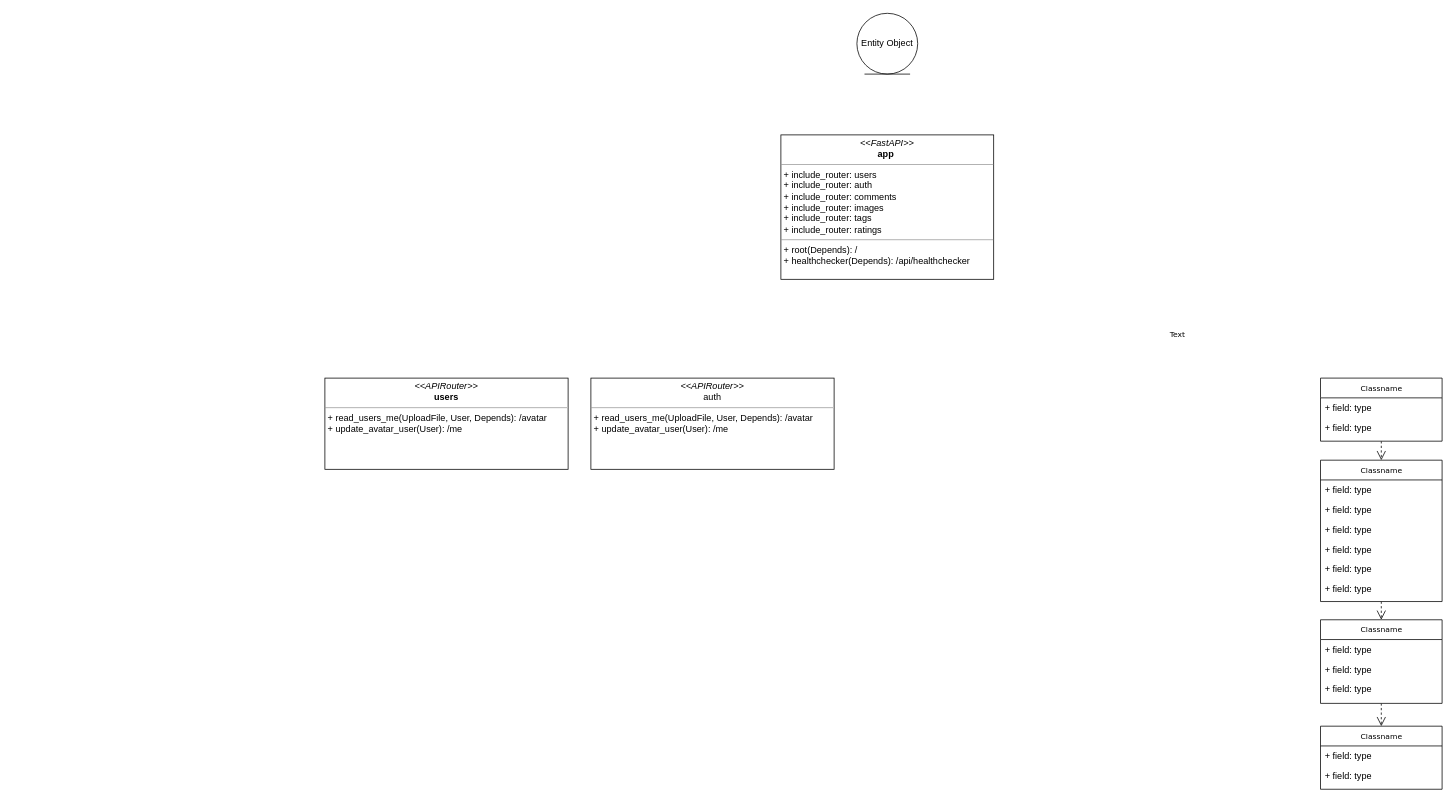
Earlier version of the draw.io diagram Діаграма без назви.drawio (last-war/last-war). Source tidied: cells renumbered, new cells numbered last; positions are measured from the earlier drawing's top-left corner, leaving out a move shared by most shapes. Both pictures are drawn from the tidied source at 76%, with x=0, y=0 at pixel (325, 13).
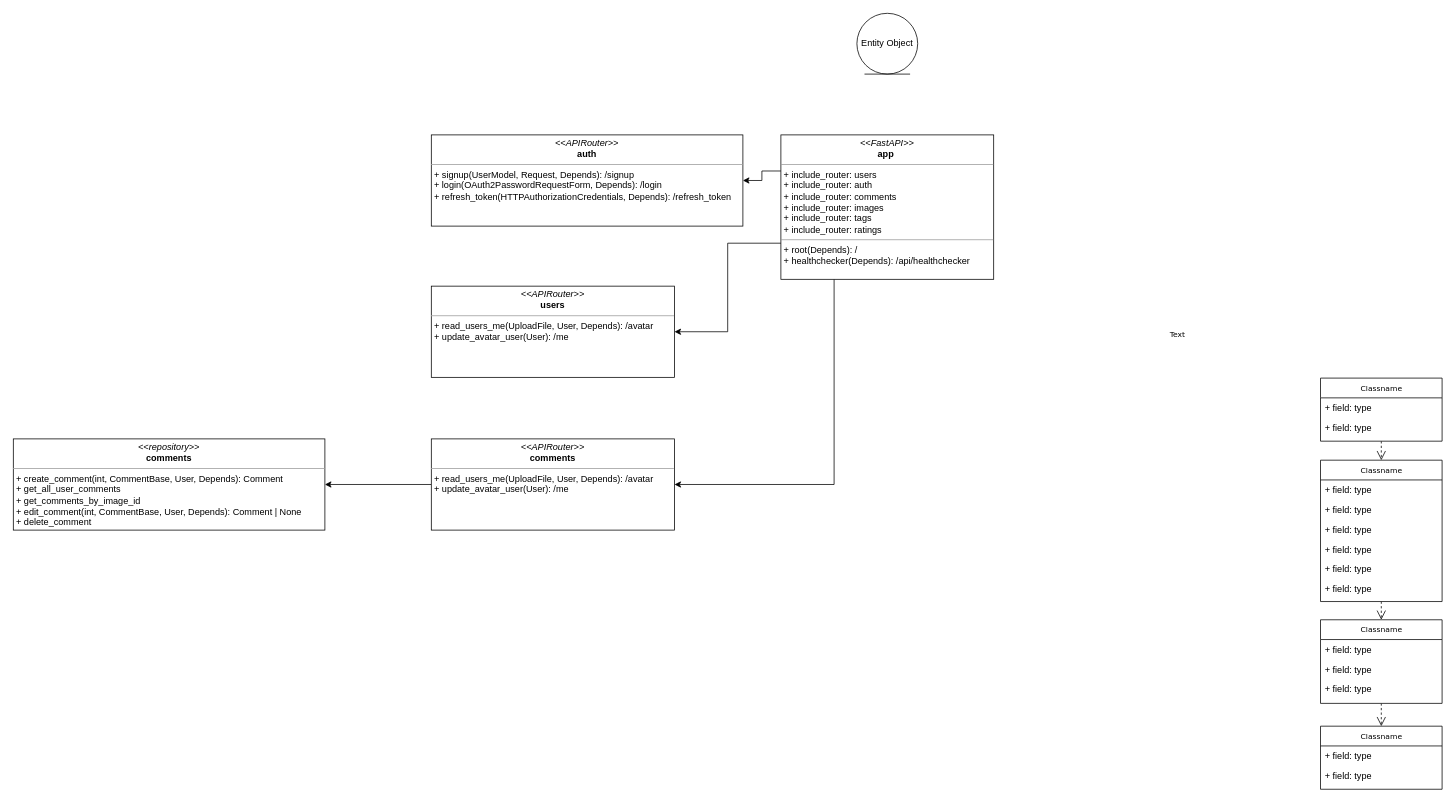
The same diagram, later.

Unchanged cells that the change refers to:
```xml
<mxCell id="23" value="&lt;p style=&quot;margin:0px;margin-top:4px;text-align:center;&quot;&gt;&lt;i&gt;&amp;lt;&amp;lt;FastAPI&amp;gt;&amp;gt;&lt;/i&gt;&lt;br&gt;&lt;b&gt;app&amp;nbsp;&lt;/b&gt;&lt;br&gt;&lt;/p&gt;&lt;hr size=&quot;1&quot;&gt;&lt;p style=&quot;margin:0px;margin-left:4px;&quot;&gt;+ include_router: users&lt;br&gt;+ include_router: auth&lt;/p&gt;&lt;p style=&quot;margin:0px;margin-left:4px;&quot;&gt;+ include_router: comments&lt;br&gt;&lt;/p&gt;&lt;p style=&quot;margin:0px;margin-left:4px;&quot;&gt;+ include_router: images&lt;br&gt;&lt;/p&gt;&lt;p style=&quot;margin:0px;margin-left:4px;&quot;&gt;+ include_router: tags&lt;br&gt;&lt;/p&gt;&lt;p style=&quot;margin:0px;margin-left:4px;&quot;&gt;+ include_router:&amp;nbsp;ratings&lt;br&gt;&lt;/p&gt;&lt;hr size=&quot;1&quot;&gt;&lt;p style=&quot;margin:0px;margin-left:4px;&quot;&gt;+ root(Depends): /&lt;br&gt;+ healthchecker(Depends): /api/healthchecker&lt;/p&gt;" style="verticalAlign=top;align=left;overflow=fill;fontSize=12;fontFamily=Helvetica;html=1;rounded=0;shadow=0;comic=0;labelBackgroundColor=none;strokeWidth=1;" parent="1" vertex="1">
  <mxGeometry x="600" y="160" width="280" height="190" as="geometry" />
</mxCell>
```

The edit, as a diff of the source:
```diff
@@
+    <mxCell id="27" style="edgeStyle=orthogonalEdgeStyle;rounded=0;jettySize=auto;html=1;exitX=0.25;exitY=1;exitDx=0;exitDy=0;entryX=1;entryY=0.5;entryDx=0;entryDy=0;" parent="1" edge="1" source="23" target="31">
+      <mxGeometry relative="1" as="geometry" />
+    </mxCell>
+    <mxCell id="28" style="edgeStyle=orthogonalEdgeStyle;rounded=0;jettySize=auto;html=1;exitX=0;exitY=0.75;exitDx=0;exitDy=0;entryX=1;entryY=0.5;entryDx=0;entryDy=0;" parent="1" edge="1" source="23" target="24">
+      <mxGeometry relative="1" as="geometry" />
+    </mxCell>
+    <mxCell id="29" style="edgeStyle=orthogonalEdgeStyle;rounded=0;jettySize=auto;html=1;exitX=0;exitY=0.25;exitDx=0;exitDy=0;" parent="1" edge="1" source="23" target="26">
+      <mxGeometry relative="1" as="geometry" />
+    </mxCell>
@@
     <mxCell id="24" value="&lt;p style=&quot;margin:0px;margin-top:4px;text-align:center;&quot;&gt;&lt;i&gt;&amp;lt;&amp;lt;APIRouter&amp;gt;&amp;gt;&lt;/i&gt;&lt;br&gt;&lt;b&gt;users&lt;/b&gt;&lt;/p&gt;&lt;hr size=&quot;1&quot;&gt;&lt;p style=&quot;margin:0px;margin-left:4px;&quot;&gt;&lt;/p&gt;&lt;p style=&quot;margin:0px;margin-left:4px;&quot;&gt;+ read_users_me(UploadFile, User, Depends): /avatar&lt;br&gt;+ update_avatar_user(User): /me&lt;/p&gt;" style="verticalAlign=top;align=left;overflow=fill;fontSize=12;fontFamily=Helvetica;html=1;rounded=0;shadow=0;comic=0;labelBackgroundColor=none;strokeWidth=1;" parent="1" vertex="1">
-      <mxGeometry y="480" width="320" height="120" as="geometry" />
+      <mxGeometry x="140" y="359" width="320" height="120" as="geometry" />
     </mxCell>
@@
-    <mxCell id="26" value="&lt;p style=&quot;margin:0px;margin-top:4px;text-align:center;&quot;&gt;&lt;i&gt;&amp;lt;&amp;lt;APIRouter&amp;gt;&amp;gt;&lt;/i&gt;&lt;br&gt;&lt;span style=&quot;text-align: left;&quot;&gt;auth&lt;/span&gt;&lt;br&gt;&lt;/p&gt;&lt;hr size=&quot;1&quot;&gt;&lt;p style=&quot;margin:0px;margin-left:4px;&quot;&gt;&lt;/p&gt;&lt;p style=&quot;margin:0px;margin-left:4px;&quot;&gt;+ read_users_me(UploadFile, User, Depends): /avatar&lt;br&gt;+ update_avatar_user(User): /me&lt;/p&gt;" style="verticalAlign=top;align=left;overflow=fill;fontSize=12;fontFamily=Helvetica;html=1;rounded=0;shadow=0;comic=0;labelBackgroundColor=none;strokeWidth=1;" parent="1" vertex="1">
-      <mxGeometry x="350" y="480" width="320" height="120" as="geometry" />
+    <mxCell id="26" value="&lt;p style=&quot;margin:0px;margin-top:4px;text-align:center;&quot;&gt;&lt;i&gt;&amp;lt;&amp;lt;APIRouter&amp;gt;&amp;gt;&lt;/i&gt;&lt;br&gt;&lt;span style=&quot;text-align: left;&quot;&gt;&lt;b&gt;auth&lt;/b&gt;&lt;/span&gt;&lt;br&gt;&lt;/p&gt;&lt;hr size=&quot;1&quot;&gt;&lt;p style=&quot;margin:0px;margin-left:4px;&quot;&gt;&lt;/p&gt;&lt;p style=&quot;margin:0px;margin-left:4px;&quot;&gt;+ signup(UserModel, Request, Depends): /signup&lt;br&gt;+ login(OAuth2PasswordRequestForm, Depends): /login&lt;/p&gt;&lt;p style=&quot;margin:0px;margin-left:4px;&quot;&gt;+&amp;nbsp;refresh_token(HTTPAuthorizationCredentials, Depends): /refresh_token&lt;/p&gt;" style="verticalAlign=top;align=left;overflow=fill;fontSize=12;fontFamily=Helvetica;html=1;rounded=0;shadow=0;comic=0;labelBackgroundColor=none;strokeWidth=1;" parent="1" vertex="1">
+      <mxGeometry x="140" y="160" width="410" height="120" as="geometry" />
     </mxCell>
+    <mxCell id="30" style="edgeStyle=orthogonalEdgeStyle;rounded=0;jettySize=auto;html=1;exitX=0;exitY=0.5;exitDx=0;exitDy=0;" parent="1" edge="1" source="31" target="32">
+      <mxGeometry relative="1" as="geometry" />
+    </mxCell>
+    <mxCell id="31" value="&lt;p style=&quot;margin:0px;margin-top:4px;text-align:center;&quot;&gt;&lt;i&gt;&amp;lt;&amp;lt;APIRouter&amp;gt;&amp;gt;&lt;/i&gt;&lt;br&gt;&lt;span style=&quot;text-align: left;&quot;&gt;&lt;b&gt;comments&lt;/b&gt;&lt;/span&gt;&lt;br&gt;&lt;/p&gt;&lt;hr size=&quot;1&quot;&gt;&lt;p style=&quot;margin:0px;margin-left:4px;&quot;&gt;&lt;/p&gt;&lt;p style=&quot;margin:0px;margin-left:4px;&quot;&gt;+ read_users_me(UploadFile, User, Depends): /avatar&lt;br&gt;+ update_avatar_user(User): /me&lt;/p&gt;" style="verticalAlign=top;align=left;overflow=fill;fontSize=12;fontFamily=Helvetica;html=1;rounded=0;shadow=0;comic=0;labelBackgroundColor=none;strokeWidth=1;" parent="1" vertex="1">
+      <mxGeometry x="140" y="560" width="320" height="120" as="geometry" />
+    </mxCell>
+    <mxCell id="32" value="&lt;p style=&quot;margin:0px;margin-top:4px;text-align:center;&quot;&gt;&lt;i&gt;&amp;lt;&amp;lt;repository&amp;gt;&amp;gt;&lt;/i&gt;&lt;br&gt;&lt;span style=&quot;text-align: left;&quot;&gt;&lt;b&gt;comments&lt;/b&gt;&lt;/span&gt;&lt;br&gt;&lt;/p&gt;&lt;hr size=&quot;1&quot;&gt;&lt;p style=&quot;margin:0px;margin-left:4px;&quot;&gt;&lt;/p&gt;&lt;p style=&quot;margin:0px;margin-left:4px;&quot;&gt;+ create_comment(int, CommentBase, User, Depends):&amp;nbsp;Comment&lt;/p&gt;&lt;p style=&quot;margin:0px;margin-left:4px;&quot;&gt;+&amp;nbsp;get_all_user_comments&lt;/p&gt;&lt;p style=&quot;margin:0px;margin-left:4px;&quot;&gt;+ get_comments_by_image_id&lt;br&gt;+ edit_comment(int, CommentBase, User, Depends): Comment | None&lt;/p&gt;&lt;p style=&quot;margin:0px;margin-left:4px;&quot;&gt;+ delete_comment&lt;br&gt;&lt;/p&gt;" style="verticalAlign=top;align=left;overflow=fill;fontSize=12;fontFamily=Helvetica;html=1;rounded=0;shadow=0;comic=0;labelBackgroundColor=none;strokeWidth=1;" parent="1" vertex="1">
+      <mxGeometry x="-410" y="560" width="410" height="120" as="geometry" />
+    </mxCell>
```
